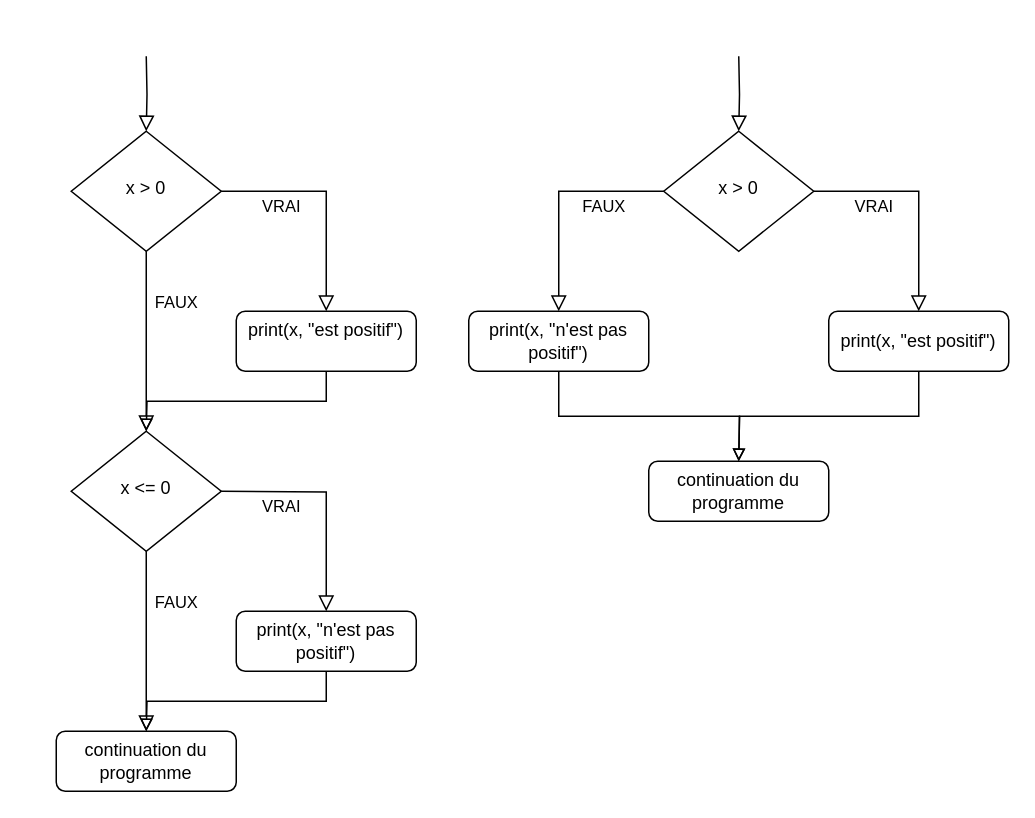
The draw.io diagram flux2.drawio in pernetch/PHBern, before the edit. Source tidied: cells renumbered, new cells numbered last; positions are measured from the earlier drawing's top-left corner, leaving out a move shared by most shapes. Both pictures are drawn from the tidied source at 150%, with x=0, y=0 at pixel (56, 56).
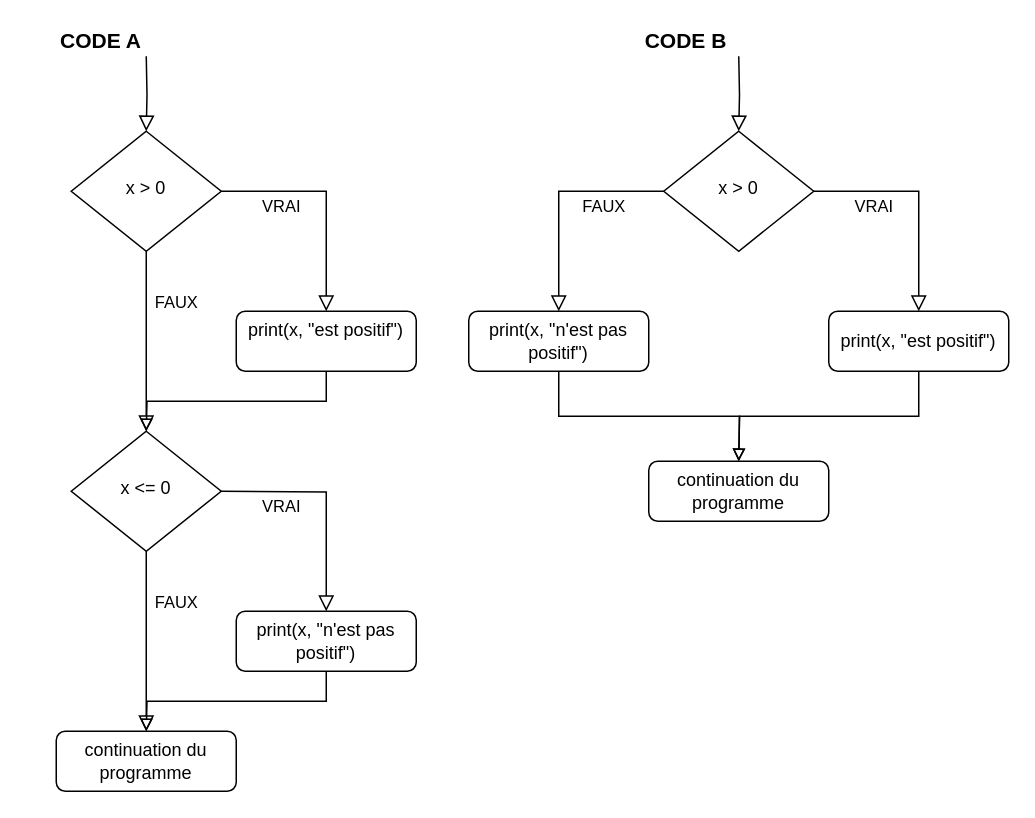
After the change.

Commit message (it also covers changes not shown here):
Mettre à jour flux2.drawio

Change to the diagram source:
```diff
@@
+    <mxCell id="23" value="&lt;font style=&quot;font-size: 14px&quot;&gt;&lt;b&gt;CODE A&lt;/b&gt;&lt;/font&gt;" style="text;html=1;strokeColor=none;fillColor=none;align=center;verticalAlign=middle;whiteSpace=wrap;rounded=0;" parent="1" vertex="1">
+      <mxGeometry x="-20" y="-20" width="100" height="20" as="geometry" />
+    </mxCell>
+    <mxCell id="24" value="&lt;font style=&quot;font-size: 14px&quot;&gt;&lt;b&gt;CODE B&lt;/b&gt;&lt;/font&gt;" style="text;html=1;strokeColor=none;fillColor=none;align=center;verticalAlign=middle;whiteSpace=wrap;rounded=0;" parent="1" vertex="1">
+      <mxGeometry x="370" y="-20" width="100" height="20" as="geometry" />
+    </mxCell>
```
